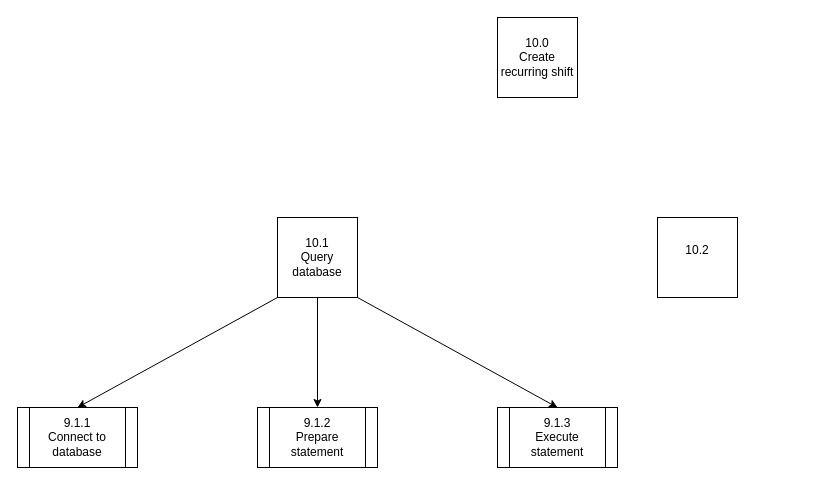
This is Diagrams/StructureCharts/10StructDia.drawio from Harlento/SchedulingSystem, a draw.io file, before an edit. Source tidied: cells renumbered, new cells numbered last; positions are measured from the earlier drawing's top-left corner, leaving out a move shared by most shapes. Both pictures are drawn from the tidied source at 100%, with x=0, y=0 at pixel (17, 17).
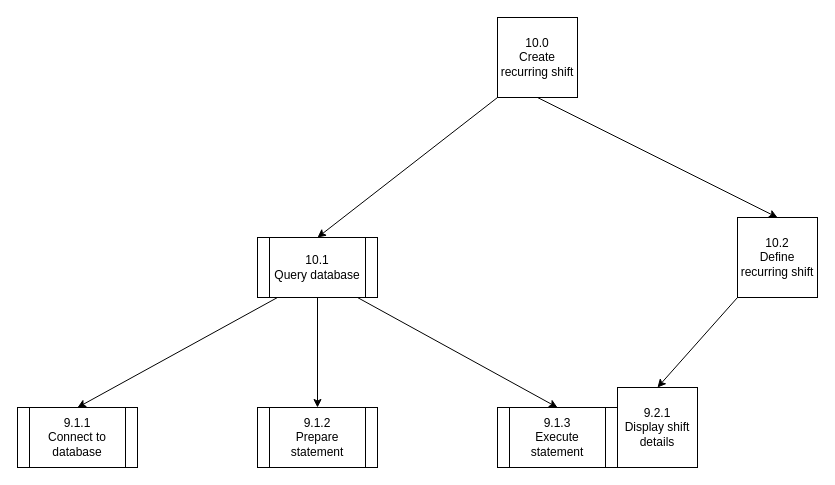
The same page after the edit.

What changed in the source:
```diff
@@
 <mxGraphModel>
   <root>
     <mxCell id="0" />
     <mxCell id="1" parent="0" />
     <mxCell id="2" value="10.0&lt;br&gt;Create recurring shift" style="whiteSpace=wrap;html=1;fillColor=#FFFFFF;" parent="1" vertex="1">
       <mxGeometry x="480" width="80" height="80" as="geometry" />
     </mxCell>
-    <mxCell id="3" value="10.2&lt;br&gt;&lt;br&gt;" style="whiteSpace=wrap;html=1;fillColor=#FFFFFF;" parent="1" vertex="1">
-      <mxGeometry x="640" y="200" width="80" height="80" as="geometry" />
+    <mxCell id="3" value="10.2&lt;br&gt;Define recurring shift&lt;br&gt;" style="whiteSpace=wrap;html=1;fillColor=#FFFFFF;" parent="1" vertex="1">
+      <mxGeometry x="720" y="200" width="80" height="80" as="geometry" />
     </mxCell>
-    <mxCell id="4" value="10.1&lt;br&gt;Query database" style="whiteSpace=wrap;html=1;" parent="1" vertex="1">
-      <mxGeometry x="260" y="200" width="80" height="80" as="geometry" />
-    </mxCell>
     <mxCell id="5" value="9.1.1&lt;br&gt;Connect to database" style="shape=process;whiteSpace=wrap;html=1;backgroundOutline=1;" parent="1" vertex="1">
       <mxGeometry y="390" width="120" height="60" as="geometry" />
     </mxCell>
     <mxCell id="6" value="9.1.2&lt;br&gt;Prepare statement" style="shape=process;whiteSpace=wrap;html=1;backgroundOutline=1;" parent="1" vertex="1">
       <mxGeometry x="240" y="390" width="120" height="60" as="geometry" />
     </mxCell>
-    <mxCell id="7" style="endArrow=classic;html=1;strokeWidth=1;entryX=0.5;entryY=0;entryDx=0;entryDy=0;exitX=0;exitY=1;exitDx=0;exitDy=0;" parent="1" edge="1" source="4" target="5">
-      <mxGeometry relative="1" as="geometry" />
+    <mxCell id="7" style="endArrow=classic;html=1;strokeWidth=1;entryX=0.5;entryY=0;entryDx=0;entryDy=0;exitX=0;exitY=1;exitDx=0;exitDy=0;" parent="1" edge="1" target="5">
+      <mxGeometry relative="1" as="geometry">
+        <mxPoint x="260" y="280" as="sourcePoint" />
+      </mxGeometry>
     </mxCell>
-    <mxCell id="8" style="endArrow=classic;html=1;strokeWidth=1;entryX=0.5;entryY=0;entryDx=0;entryDy=0;exitX=0.5;exitY=1;exitDx=0;exitDy=0;" parent="1" edge="1" source="4" target="6">
-      <mxGeometry relative="1" as="geometry" />
+    <mxCell id="8" style="endArrow=classic;html=1;strokeWidth=1;entryX=0.5;entryY=0;entryDx=0;entryDy=0;exitX=0.5;exitY=1;exitDx=0;exitDy=0;" parent="1" edge="1" target="6">
+      <mxGeometry relative="1" as="geometry">
+        <mxPoint x="300" y="280" as="sourcePoint" />
+      </mxGeometry>
     </mxCell>
-    <mxCell id="9" style="endArrow=classic;html=1;strokeWidth=1;exitX=1;exitY=1;exitDx=0;exitDy=0;entryX=0.5;entryY=0;entryDx=0;entryDy=0;" parent="1" edge="1" source="4" target="10">
-      <mxGeometry relative="1" as="geometry" />
+    <mxCell id="9" style="endArrow=classic;html=1;strokeWidth=1;exitX=1;exitY=1;exitDx=0;exitDy=0;entryX=0.5;entryY=0;entryDx=0;entryDy=0;" parent="1" edge="1" target="10">
+      <mxGeometry relative="1" as="geometry">
+        <mxPoint x="340" y="280" as="sourcePoint" />
+      </mxGeometry>
     </mxCell>
     <mxCell id="10" value="&lt;span style=&quot;white-space: normal&quot;&gt;9.1.3&lt;/span&gt;&lt;br style=&quot;white-space: normal&quot;&gt;&lt;span style=&quot;white-space: normal&quot;&gt;Execute statement&lt;/span&gt;" style="shape=process;whiteSpace=wrap;html=1;backgroundOutline=1;fillColor=#FFFFFF;" parent="1" vertex="1">
       <mxGeometry x="480" y="390" width="120" height="60" as="geometry" />
     </mxCell>
+    <mxCell id="4" value="&lt;span style=&quot;white-space: normal&quot;&gt;10.1&lt;/span&gt;&lt;br style=&quot;white-space: normal&quot;&gt;&lt;span style=&quot;white-space: normal&quot;&gt;Query database&lt;/span&gt;" style="shape=process;whiteSpace=wrap;html=1;backgroundOutline=1;" parent="1" vertex="1">
+      <mxGeometry x="240" y="220" width="120" height="60" as="geometry" />
+    </mxCell>
+    <mxCell id="11" style="endArrow=classic;html=1;entryX=0.5;entryY=0;entryDx=0;entryDy=0;exitX=0;exitY=1;exitDx=0;exitDy=0;" parent="1" edge="1" source="2" target="4">
+      <mxGeometry relative="1" as="geometry" />
+    </mxCell>
+    <mxCell id="12" style="endArrow=classic;html=1;exitX=0.5;exitY=1;exitDx=0;exitDy=0;entryX=0.5;entryY=0;entryDx=0;entryDy=0;" parent="1" edge="1" source="2" target="3">
+      <mxGeometry relative="1" as="geometry" />
+    </mxCell>
+    <mxCell id="13" value="9.2.1&lt;br&gt;Display shift details" style="whiteSpace=wrap;html=1;" parent="1" vertex="1">
+      <mxGeometry x="600" y="370" width="80" height="80" as="geometry" />
+    </mxCell>
+    <mxCell id="14" style="endArrow=classic;html=1;exitX=0;exitY=1;exitDx=0;exitDy=0;entryX=0.5;entryY=0;entryDx=0;entryDy=0;" parent="1" edge="1" source="3" target="13">
+      <mxGeometry relative="1" as="geometry" />
+    </mxCell>
   </root>
 </mxGraphModel>
```
